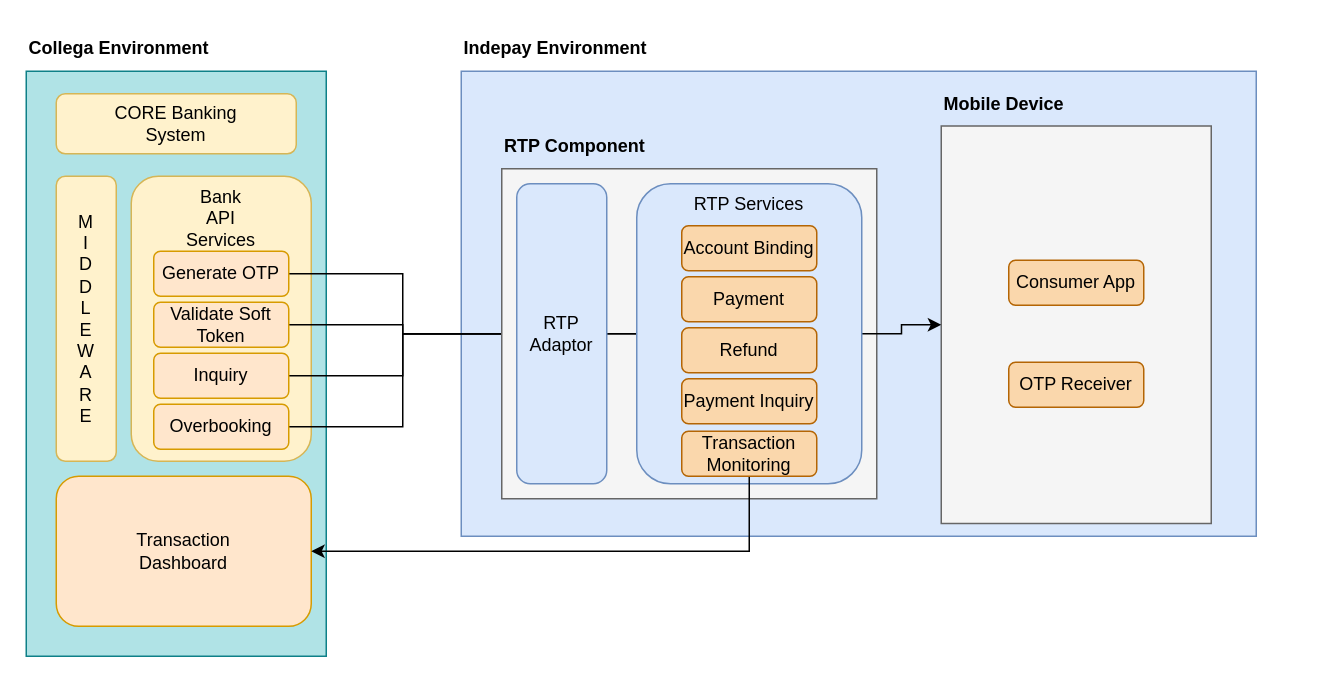
The draw.io diagram Untitled Diagram.drawio in stephendaniel31/draw.io, before the edit. Source tidied: cells renumbered, new cells numbered last; positions are measured from the earlier drawing's top-left corner, leaving out a move shared by most shapes. Both pictures are drawn from the tidied source at 150%, with x=0, y=0 at pixel (26, 26).
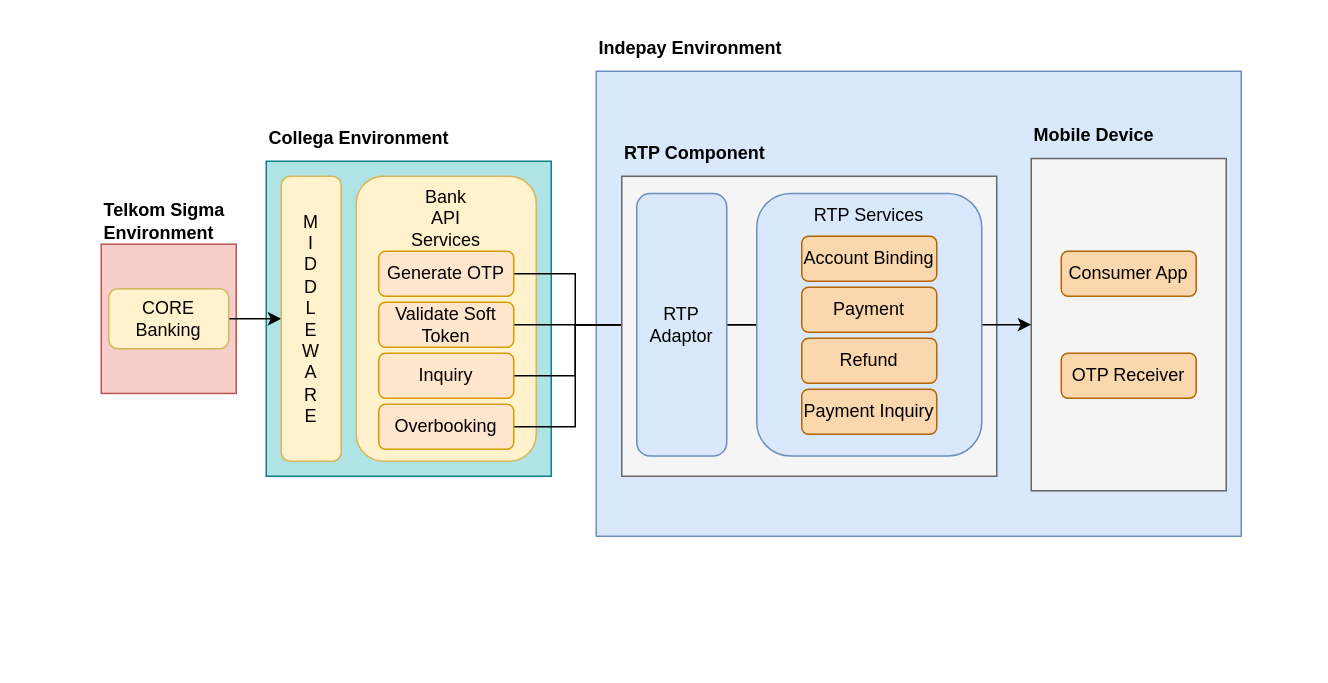
The same diagram, later.

Diff of the diagram source:
```diff
@@
+    <mxCell id="35" style="rounded=0;whiteSpace=wrap;html=1;fillColor=#f8cecc;strokeColor=#b85450;" parent="1" vertex="1">
+      <mxGeometry x="50" y="145.3" width="90" height="99.5" as="geometry" />
+    </mxCell>
     <mxCell id="2" style="rounded=0;whiteSpace=wrap;html=1;fillColor=#dae8fc;strokeColor=#6c8ebf;" parent="1" vertex="1">
-      <mxGeometry x="290" y="30" width="530" height="310" as="geometry" />
+      <mxGeometry x="380" y="30" width="430" height="310" as="geometry" />
     </mxCell>
     <mxCell id="3" style="rounded=0;whiteSpace=wrap;html=1;fillColor=#b0e3e6;strokeColor=#0e8088;" parent="1" vertex="1">
-      <mxGeometry y="30" width="200" height="390" as="geometry" />
+      <mxGeometry x="160" y="90" width="190" height="210" as="geometry" />
     </mxCell>
+    <mxCell id="36" style="edgeStyle=orthogonalEdgeStyle;rounded=0;jettySize=auto;html=1;exitX=1;exitY=0.5;exitDx=0;exitDy=0;" parent="1" edge="1" source="4" target="15">
+      <mxGeometry relative="1" as="geometry" />
+    </mxCell>
-    <mxCell id="4" value="CORE Banking&lt;br&gt;System" style="rounded=1;whiteSpace=wrap;html=1;fillColor=#fff2cc;strokeColor=#d6b656;" parent="1" vertex="1">
-      <mxGeometry x="20" y="45" width="160" height="40" as="geometry" />
+    <mxCell id="4" value="CORE Banking" style="rounded=1;whiteSpace=wrap;html=1;fillColor=#fff2cc;strokeColor=#d6b656;" parent="1" vertex="1">
+      <mxGeometry x="55" y="175" width="80" height="40" as="geometry" />
     </mxCell>
     <mxCell id="5" value="Bank&lt;br&gt;API&lt;br&gt;Services" style="rounded=1;whiteSpace=wrap;html=1;verticalAlign=top;fillColor=#fff2cc;strokeColor=#d6b656;" parent="1" vertex="1">
-      <mxGeometry x="70" y="100" width="120" height="190" as="geometry" />
+      <mxGeometry x="220" y="100" width="120" height="190" as="geometry" />
     </mxCell>
@@
     <mxCell id="7" value="Generate OTP" style="rounded=1;whiteSpace=wrap;html=1;fillColor=#ffe6cc;strokeColor=#d79b00;" parent="1" vertex="1">
-      <mxGeometry x="85" y="150" width="90" height="30" as="geometry" />
+      <mxGeometry x="235" y="150" width="90" height="30" as="geometry" />
     </mxCell>
@@
     <mxCell id="9" value="Validate Soft Token" style="rounded=1;whiteSpace=wrap;html=1;fillColor=#ffe6cc;strokeColor=#d79b00;" parent="1" vertex="1">
-      <mxGeometry x="85" y="184" width="90" height="30" as="geometry" />
+      <mxGeometry x="235" y="184" width="90" height="30" as="geometry" />
     </mxCell>
@@
     <mxCell id="11" value="Inquiry" style="rounded=1;whiteSpace=wrap;html=1;fillColor=#ffe6cc;strokeColor=#d79b00;" parent="1" vertex="1">
-      <mxGeometry x="85" y="218" width="90" height="30" as="geometry" />
+      <mxGeometry x="235" y="218" width="90" height="30" as="geometry" />
     </mxCell>
@@
     <mxCell id="13" style="rounded=0;whiteSpace=wrap;html=1;fillColor=#f5f5f5;fontColor=#333333;strokeColor=#666666;" parent="1" vertex="1">
-      <mxGeometry x="317" y="95" width="250" height="220" as="geometry" />
+      <mxGeometry x="397" y="100" width="250" height="200" as="geometry" />
     </mxCell>
     <mxCell id="14" value="Overbooking" style="rounded=1;whiteSpace=wrap;html=1;fillColor=#ffe6cc;strokeColor=#d79b00;" parent="1" vertex="1">
-      <mxGeometry x="85" y="252" width="90" height="30" as="geometry" />
+      <mxGeometry x="235" y="252" width="90" height="30" as="geometry" />
     </mxCell>
     <mxCell id="15" value="M&lt;br&gt;I&lt;br&gt;D&lt;br&gt;D&lt;br&gt;L&lt;br&gt;E&lt;br&gt;W&lt;br&gt;A&lt;br&gt;R&lt;br&gt;E" style="rounded=1;whiteSpace=wrap;html=1;fillColor=#fff2cc;strokeColor=#d6b656;" parent="1" vertex="1">
-      <mxGeometry x="20" y="100" width="40" height="190" as="geometry" />
+      <mxGeometry x="170" y="100" width="40" height="190" as="geometry" />
     </mxCell>
     <mxCell id="16" style="rounded=0;whiteSpace=wrap;html=1;fillColor=#f5f5f5;strokeColor=#666666;fontColor=#333333;" parent="1" vertex="1">
-      <mxGeometry x="610" y="66.5" width="180" height="265" as="geometry" />
+      <mxGeometry x="670" y="88.2" width="130" height="221.5" as="geometry" />
     </mxCell>
@@
     <mxCell id="19" value="RTP&lt;br&gt;Adaptor" style="rounded=1;whiteSpace=wrap;html=1;fillColor=#dae8fc;strokeColor=#6c8ebf;" parent="1" vertex="1">
-      <mxGeometry x="327" y="105" width="60" height="200" as="geometry" />
+      <mxGeometry x="407" y="111.5" width="60" height="175" as="geometry" />
     </mxCell>
@@
     <mxCell id="21" value="RTP Services" style="rounded=1;whiteSpace=wrap;html=1;verticalAlign=top;fillColor=#dae8fc;strokeColor=#6c8ebf;" parent="1" vertex="1">
-      <mxGeometry x="407" y="105" width="150" height="200" as="geometry" />
+      <mxGeometry x="487" y="111.5" width="150" height="175" as="geometry" />
     </mxCell>
     <mxCell id="22" value="Account Binding" style="rounded=1;whiteSpace=wrap;html=1;fillColor=#fad7ac;strokeColor=#b46504;" parent="1" vertex="1">
-      <mxGeometry x="437" y="133" width="90" height="30" as="geometry" />
+      <mxGeometry x="517" y="140" width="90" height="30" as="geometry" />
     </mxCell>
     <mxCell id="23" value="Payment" style="rounded=1;whiteSpace=wrap;html=1;fillColor=#fad7ac;strokeColor=#b46504;" parent="1" vertex="1">
-      <mxGeometry x="437" y="167" width="90" height="30" as="geometry" />
+      <mxGeometry x="517" y="174" width="90" height="30" as="geometry" />
     </mxCell>
     <mxCell id="24" value="Refund" style="rounded=1;whiteSpace=wrap;html=1;fillColor=#fad7ac;strokeColor=#b46504;" parent="1" vertex="1">
-      <mxGeometry x="437" y="201" width="90" height="30" as="geometry" />
+      <mxGeometry x="517" y="208" width="90" height="30" as="geometry" />
     </mxCell>
     <mxCell id="25" value="Payment Inquiry" style="rounded=1;whiteSpace=wrap;html=1;fillColor=#fad7ac;strokeColor=#b46504;" parent="1" vertex="1">
-      <mxGeometry x="437" y="235" width="90" height="30" as="geometry" />
+      <mxGeometry x="517" y="242" width="90" height="30" as="geometry" />
     </mxCell>
     <mxCell id="26" value="Consumer App" style="rounded=1;whiteSpace=wrap;html=1;fillColor=#fad7ac;strokeColor=#b46504;" parent="1" vertex="1">
-      <mxGeometry x="655" y="156" width="90" height="30" as="geometry" />
+      <mxGeometry x="690" y="150" width="90" height="30" as="geometry" />
     </mxCell>
     <mxCell id="27" value="OTP Receiver" style="rounded=1;whiteSpace=wrap;html=1;fillColor=#fad7ac;strokeColor=#b46504;" parent="1" vertex="1">
-      <mxGeometry x="655" y="224" width="90" height="30" as="geometry" />
+      <mxGeometry x="690" y="218" width="90" height="30" as="geometry" />
     </mxCell>
     <mxCell id="28" value="Collega Environment" style="text;html=1;strokeColor=none;fillColor=none;align=left;verticalAlign=middle;whiteSpace=wrap;rounded=0;fontStyle=1;" parent="1" vertex="1">
-      <mxGeometry width="180" height="30" as="geometry" />
+      <mxGeometry x="160" y="60" width="180" height="30" as="geometry" />
     </mxCell>
     <mxCell id="29" value="Indepay Environment" style="text;html=1;strokeColor=none;fillColor=none;align=left;verticalAlign=middle;whiteSpace=wrap;rounded=0;fontStyle=1;" parent="1" vertex="1">
-      <mxGeometry x="290" width="180" height="30" as="geometry" />
+      <mxGeometry x="380" width="180" height="30" as="geometry" />
     </mxCell>
     <mxCell id="30" value="RTP Component" style="text;html=1;strokeColor=none;fillColor=none;align=left;verticalAlign=middle;whiteSpace=wrap;rounded=0;fontStyle=1;" parent="1" vertex="1">
-      <mxGeometry x="317" y="65" width="180" height="30" as="geometry" />
+      <mxGeometry x="397" y="70" width="180" height="30" as="geometry" />
     </mxCell>
     <mxCell id="31" value="Mobile Device" style="text;html=1;strokeColor=none;fillColor=none;align=left;verticalAlign=middle;whiteSpace=wrap;rounded=0;fontStyle=1;" parent="1" vertex="1">
-      <mxGeometry x="610" y="36.5" width="180" height="30" as="geometry" />
+      <mxGeometry x="670" y="58.2" width="180" height="30" as="geometry" />
     </mxCell>
-    <mxCell id="32" value="Transaction&lt;br&gt;Dashboard" style="rounded=1;whiteSpace=wrap;html=1;fillColor=#ffe6cc;strokeColor=#d79b00;" parent="1" vertex="1">
-      <mxGeometry x="20" y="300" width="170" height="100" as="geometry" />
-    </mxCell>
-    <mxCell id="33" style="edgeStyle=orthogonalEdgeStyle;rounded=0;jettySize=auto;html=1;exitX=0.5;exitY=1;exitDx=0;exitDy=0;entryX=1;entryY=0.5;entryDx=0;entryDy=0;" parent="1" edge="1" source="34" target="32">
-      <mxGeometry relative="1" as="geometry" />
-    </mxCell>
-    <mxCell id="34" value="Transaction Monitoring" style="rounded=1;whiteSpace=wrap;html=1;fillColor=#fad7ac;strokeColor=#b46504;" parent="1" vertex="1">
-      <mxGeometry x="437" y="270" width="90" height="30" as="geometry" />
-    </mxCell>
+    <mxCell id="37" value="Telkom Sigma&lt;br&gt;Environment" style="text;html=1;strokeColor=none;fillColor=none;align=left;verticalAlign=middle;whiteSpace=wrap;rounded=0;fontStyle=1;" parent="1" vertex="1">
+      <mxGeometry x="50" y="115.3" width="180" height="30" as="geometry" />
+    </mxCell>
```
